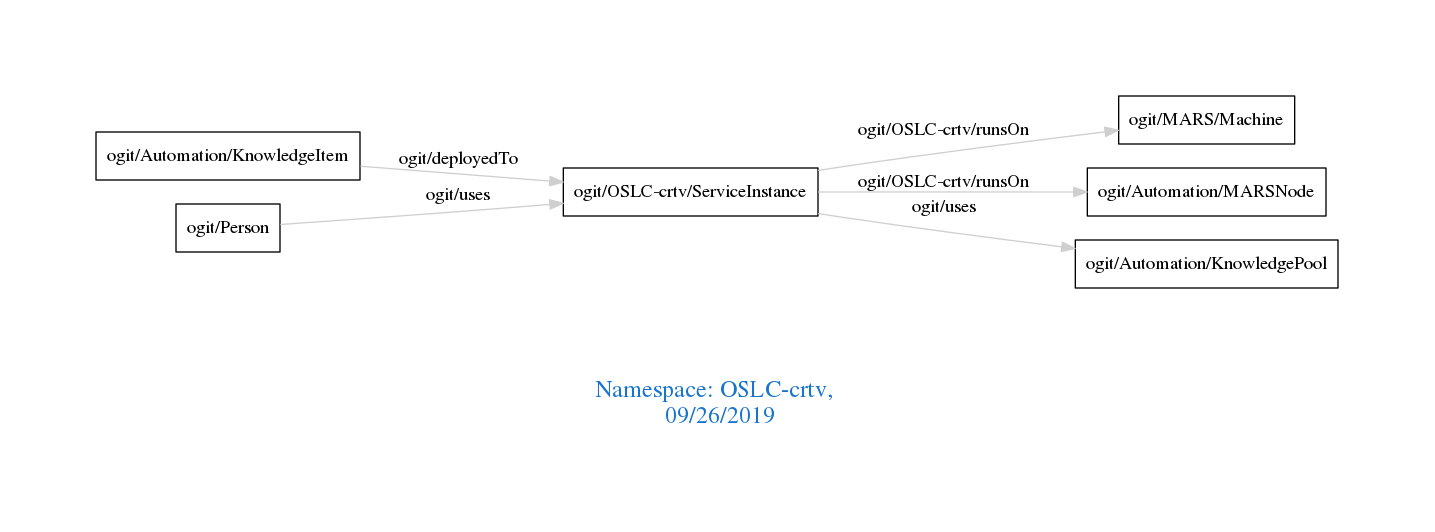
This is downloads/OSLC-crtv.png from arago/OGIT, a Graphviz export, as it was before one commit. Its source is kept beside it as downloads/OSLC-crtv.dot.
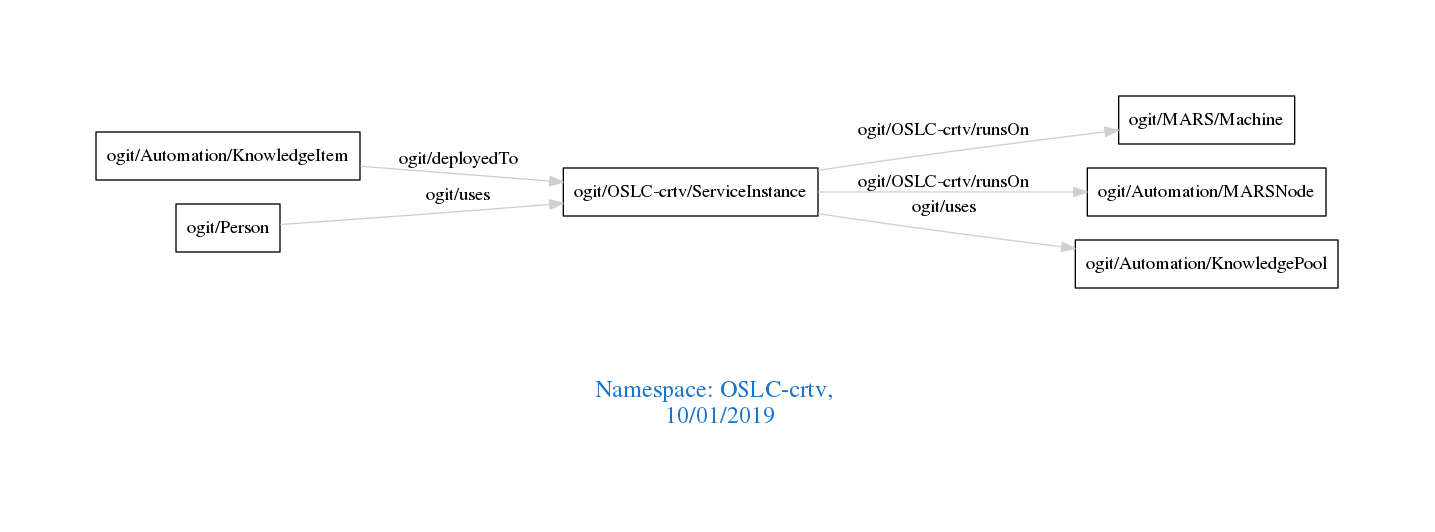
After the change.

Change to the diagram source:
```diff
@@ -1,7 +1,7 @@
 digraph OGIT_ontology {
  graph [ rankdir= LR,pad=1
 fontsize = 18,
-fontcolor= dodgerblue3,label = "\n\n\nNamespace: OSLC-crtv, \n 09/26/2019"];
+fontcolor= dodgerblue3,label = "\n\n\nNamespace: OSLC-crtv, \n 10/01/2019"];
 node[shape=polygon];
 edge [  color="gray81"];
 
```
